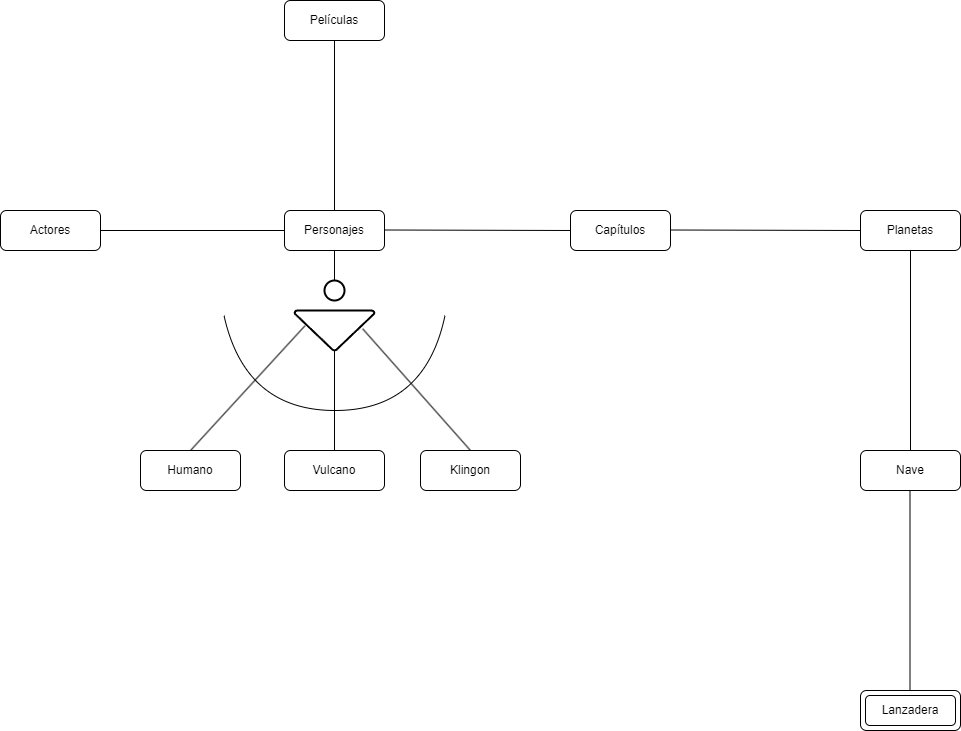
This is Unidad-1/Tareas/Tareas-evaluables/Tarea-evaluable-3/tarea-evaluable3.drawio.png from LuisMGlez/base-datos, a draw.io export, as it was before one commit. Source tidied: cells renumbered, new cells last; positions are measured from the earlier drawing's top-left corner, leaving out a move shared by most shapes.
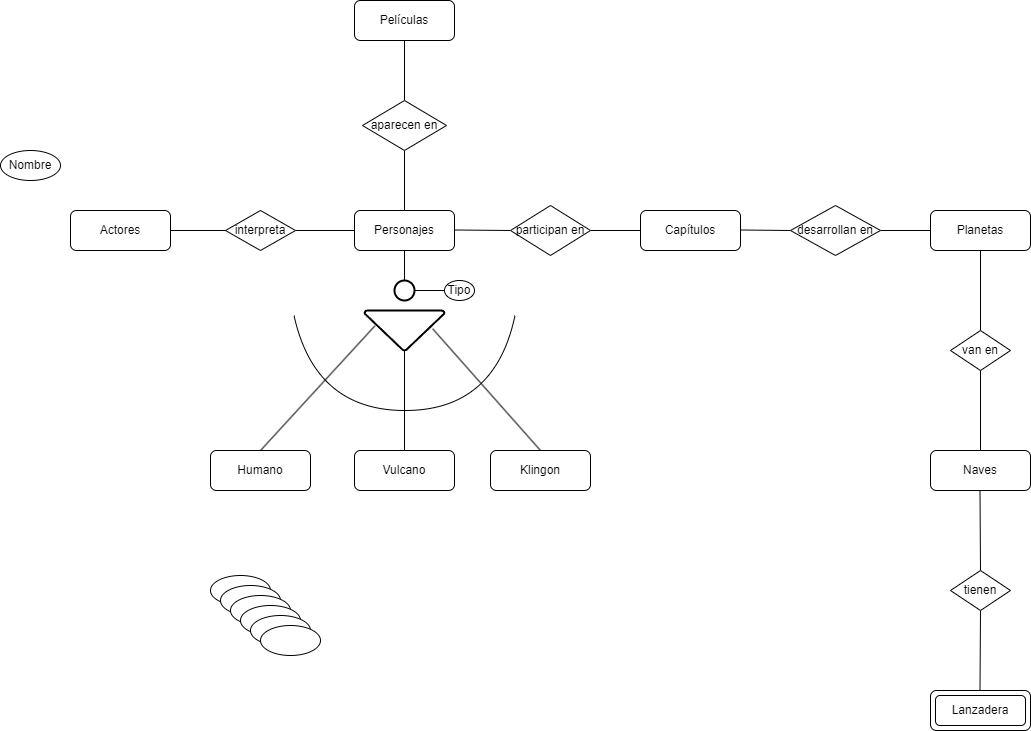
After the commit.

The edit, as a diff of the source:
```diff
@@ -5,7 +5,7 @@
     <mxCell id="2" value="Lanzadera" style="rounded=1;whiteSpace=wrap;html=1;" parent="1" vertex="1">
       <mxGeometry x="860" y="690" width="100" height="40" as="geometry" />
     </mxCell>
-    <mxCell id="3" value="Nave" style="rounded=1;whiteSpace=wrap;html=1;" parent="1" vertex="1">
+    <mxCell id="3" value="Naves" style="rounded=1;whiteSpace=wrap;html=1;" parent="1" vertex="1">
       <mxGeometry x="860" y="450" width="100" height="40" as="geometry" />
     </mxCell>
     <mxCell id="4" style="edgeStyle=orthogonalEdgeStyle;rounded=0;jettySize=auto;html=1;exitX=0.5;exitY=1;exitDx=0;exitDy=0;entryX=0.5;entryY=0;entryDx=0;entryDy=0;endArrow=none;endFill=0;" parent="1" edge="1" source="5" target="3">
@@ -14,7 +14,7 @@
     <mxCell id="5" value="Planetas" style="rounded=1;whiteSpace=wrap;html=1;" parent="1" vertex="1">
       <mxGeometry x="860" y="210" width="100" height="40" as="geometry" />
     </mxCell>
-    <mxCell id="6" style="edgeStyle=orthogonalEdgeStyle;rounded=0;jettySize=auto;html=1;exitX=0.5;exitY=1;exitDx=0;exitDy=0;entryX=0.5;entryY=0;entryDx=0;entryDy=0;endArrow=none;endFill=0;" parent="1" edge="1" source="7" target="9">
+    <mxCell id="6" style="edgeStyle=orthogonalEdgeStyle;rounded=0;jettySize=auto;html=1;exitX=0.5;exitY=1;exitDx=0;exitDy=0;entryX=0.5;entryY=0;entryDx=0;entryDy=0;endArrow=none;endFill=0;" parent="1" edge="1" source="41" target="9">
       <mxGeometry relative="1" as="geometry" />
     </mxCell>
     <mxCell id="7" value="Películas" style="rounded=1;whiteSpace=wrap;html=1;" parent="1" vertex="1">
@@ -26,7 +26,7 @@
     <mxCell id="9" value="Personajes" style="rounded=1;whiteSpace=wrap;html=1;" parent="1" vertex="1">
       <mxGeometry x="284" y="210" width="100" height="40" as="geometry" />
     </mxCell>
-    <mxCell id="10" style="edgeStyle=orthogonalEdgeStyle;rounded=0;jettySize=auto;html=1;exitX=1;exitY=0.5;exitDx=0;exitDy=0;entryX=0;entryY=0.5;entryDx=0;entryDy=0;endArrow=none;endFill=0;" parent="1" edge="1" source="11" target="9">
+    <mxCell id="10" style="edgeStyle=orthogonalEdgeStyle;rounded=0;jettySize=auto;html=1;exitX=1;exitY=0.5;exitDx=0;exitDy=0;entryX=0;entryY=0.5;entryDx=0;entryDy=0;endArrow=none;endFill=0;" parent="1" edge="1" source="43" target="9">
       <mxGeometry relative="1" as="geometry" />
     </mxCell>
     <mxCell id="11" value="Actores" style="rounded=1;whiteSpace=wrap;html=1;" parent="1" vertex="1">
@@ -41,6 +41,9 @@
     <mxCell id="14" style="strokeWidth=2;html=1;shape=mxgraph.flowchart.merge_or_storage;whiteSpace=wrap;" parent="1" vertex="1">
       <mxGeometry x="294" y="310" width="80" height="40" as="geometry" />
     </mxCell>
+    <mxCell id="26" style="edgeStyle=orthogonalEdgeStyle;rounded=0;jettySize=auto;html=1;exitX=1;exitY=0.5;exitDx=0;exitDy=0;exitPerimeter=0;entryX=0;entryY=0.5;entryDx=0;entryDy=0;endArrow=none;endFill=0;" parent="1" edge="1" source="15" target="34">
+      <mxGeometry relative="1" as="geometry" />
+    </mxCell>
     <mxCell id="15" style="strokeWidth=2;html=1;shape=mxgraph.flowchart.start_2;whiteSpace=wrap;" parent="1" vertex="1">
       <mxGeometry x="324" y="280" width="20" height="20" as="geometry" />
     </mxCell>
@@ -72,21 +75,79 @@
     <mxCell id="22" style="edgeStyle=orthogonalEdgeStyle;rounded=0;jettySize=auto;html=1;exitX=0.5;exitY=1;exitDx=0;exitDy=0;entryX=0.5;entryY=0;entryDx=0;entryDy=0;entryPerimeter=0;endArrow=none;endFill=0;" parent="1" edge="1" source="9" target="15">
       <mxGeometry relative="1" as="geometry" />
     </mxCell>
-    <mxCell id="23" style="edgeStyle=orthogonalEdgeStyle;rounded=0;jettySize=auto;html=1;exitX=1;exitY=0.5;exitDx=0;exitDy=0;entryX=0;entryY=0.5;entryDx=0;entryDy=0;endArrow=none;endFill=0;" parent="1" edge="1" target="5">
-      <mxGeometry relative="1" as="geometry">
-        <mxPoint x="670" y="229.5" as="sourcePoint" />
-      </mxGeometry>
+    <mxCell id="23" style="edgeStyle=orthogonalEdgeStyle;rounded=0;jettySize=auto;html=1;exitX=1;exitY=0.5;exitDx=0;exitDy=0;entryX=0;entryY=0.5;entryDx=0;entryDy=0;endArrow=none;endFill=0;" parent="1" edge="1" source="37" target="5">
+      <mxGeometry relative="1" as="geometry" />
     </mxCell>
-    <mxCell id="24" style="edgeStyle=orthogonalEdgeStyle;rounded=0;jettySize=auto;html=1;exitX=1;exitY=0.5;exitDx=0;exitDy=0;endArrow=none;endFill=0;entryX=0;entryY=0.5;entryDx=0;entryDy=0;" parent="1" edge="1" target="8">
-      <mxGeometry relative="1" as="geometry">
-        <mxPoint x="384" y="229.5" as="sourcePoint" />
-      </mxGeometry>
+    <mxCell id="24" style="edgeStyle=orthogonalEdgeStyle;rounded=0;jettySize=auto;html=1;exitX=1;exitY=0.5;exitDx=0;exitDy=0;endArrow=none;endFill=0;entryX=0;entryY=0.5;entryDx=0;entryDy=0;" parent="1" edge="1" source="45" target="8">
+      <mxGeometry relative="1" as="geometry" />
     </mxCell>
-    <mxCell id="25" style="edgeStyle=orthogonalEdgeStyle;rounded=0;orthogonalLoop=1;jettySize=auto;html=1;exitX=0.5;exitY=1;exitDx=0;exitDy=0;entryX=0.5;entryY=0;entryDx=0;entryDy=0;endArrow=none;endFill=0;" parent="1" edge="1">
+    <mxCell id="25" style="edgeStyle=orthogonalEdgeStyle;rounded=0;jettySize=auto;html=1;exitX=0.5;exitY=1;exitDx=0;exitDy=0;entryX=0.5;entryY=0;entryDx=0;entryDy=0;endArrow=none;endFill=0;" parent="1" edge="1" source="39">
       <mxGeometry relative="1" as="geometry">
-        <mxPoint x="909.5" y="490" as="sourcePoint" />
         <mxPoint x="909.5" y="690" as="targetPoint" />
       </mxGeometry>
     </mxCell>
+    <mxCell id="27" style="ellipse;whiteSpace=wrap;html=1;" parent="1" vertex="1">
+      <mxGeometry x="140" y="575" width="60" height="30" as="geometry" />
+    </mxCell>
+    <mxCell id="28" style="ellipse;whiteSpace=wrap;html=1;" parent="1" vertex="1">
+      <mxGeometry x="150" y="585" width="60" height="30" as="geometry" />
+    </mxCell>
+    <mxCell id="29" style="ellipse;whiteSpace=wrap;html=1;" parent="1" vertex="1">
+      <mxGeometry x="160" y="595" width="60" height="30" as="geometry" />
+    </mxCell>
+    <mxCell id="30" style="ellipse;whiteSpace=wrap;html=1;" parent="1" vertex="1">
+      <mxGeometry x="170" y="605" width="60" height="30" as="geometry" />
+    </mxCell>
+    <mxCell id="31" style="ellipse;whiteSpace=wrap;html=1;" parent="1" vertex="1">
+      <mxGeometry x="180" y="615" width="60" height="30" as="geometry" />
+    </mxCell>
+    <mxCell id="32" style="ellipse;whiteSpace=wrap;html=1;" parent="1" vertex="1">
+      <mxGeometry x="190" y="625" width="60" height="30" as="geometry" />
+    </mxCell>
+    <mxCell id="33" value="Nombre" style="ellipse;whiteSpace=wrap;html=1;" parent="1" vertex="1">
+      <mxGeometry x="-70" y="150" width="60" height="30" as="geometry" />
+    </mxCell>
+    <mxCell id="34" value="Tipo" style="ellipse;whiteSpace=wrap;html=1;" parent="1" vertex="1">
+      <mxGeometry x="374" y="280" width="30" height="20" as="geometry" />
+    </mxCell>
+    <mxCell id="35" value="van en" style="rhombus;whiteSpace=wrap;html=1;" parent="1" vertex="1">
+      <mxGeometry x="880" y="330" width="60" height="40" as="geometry" />
+    </mxCell>
+    <mxCell id="36" style="edgeStyle=orthogonalEdgeStyle;rounded=0;jettySize=auto;html=1;exitX=1;exitY=0.5;exitDx=0;exitDy=0;entryX=0;entryY=0.5;entryDx=0;entryDy=0;endArrow=none;endFill=0;" parent="1" edge="1" target="37">
+      <mxGeometry relative="1" as="geometry">
+        <mxPoint x="670" y="229.5" as="sourcePoint" />
+      </mxGeometry>
+    </mxCell>
+    <mxCell id="37" value="desarrollan en" style="rhombus;whiteSpace=wrap;html=1;" parent="1" vertex="1">
+      <mxGeometry x="720" y="205" width="90" height="50" as="geometry" />
+    </mxCell>
+    <mxCell id="38" style="edgeStyle=orthogonalEdgeStyle;rounded=0;jettySize=auto;html=1;exitX=0.5;exitY=1;exitDx=0;exitDy=0;entryX=0.5;entryY=0;entryDx=0;entryDy=0;endArrow=none;endFill=0;" parent="1" edge="1" target="39">
+      <mxGeometry relative="1" as="geometry">
+        <mxPoint x="909.5" y="490" as="sourcePoint" />
+      </mxGeometry>
+    </mxCell>
+    <mxCell id="39" value="tienen" style="rhombus;whiteSpace=wrap;html=1;" parent="1" vertex="1">
+      <mxGeometry x="880" y="570" width="60" height="40" as="geometry" />
+    </mxCell>
+    <mxCell id="40" style="edgeStyle=orthogonalEdgeStyle;rounded=0;jettySize=auto;html=1;exitX=0.5;exitY=1;exitDx=0;exitDy=0;entryX=0.5;entryY=0;entryDx=0;entryDy=0;endArrow=none;endFill=0;" parent="1" edge="1" source="7" target="41">
+      <mxGeometry relative="1" as="geometry" />
+    </mxCell>
+    <mxCell id="41" value="aparecen en" style="rhombus;whiteSpace=wrap;html=1;" parent="1" vertex="1">
+      <mxGeometry x="292" y="100" width="84" height="50" as="geometry" />
+    </mxCell>
+    <mxCell id="42" style="edgeStyle=orthogonalEdgeStyle;rounded=0;jettySize=auto;html=1;exitX=1;exitY=0.5;exitDx=0;exitDy=0;entryX=0;entryY=0.5;entryDx=0;entryDy=0;endArrow=none;endFill=0;" parent="1" edge="1" source="11" target="43">
+      <mxGeometry relative="1" as="geometry" />
+    </mxCell>
+    <mxCell id="43" value="interpreta" style="rhombus;whiteSpace=wrap;html=1;" parent="1" vertex="1">
+      <mxGeometry x="155" y="210" width="70" height="40" as="geometry" />
+    </mxCell>
+    <mxCell id="44" style="edgeStyle=orthogonalEdgeStyle;rounded=0;jettySize=auto;html=1;exitX=1;exitY=0.5;exitDx=0;exitDy=0;endArrow=none;endFill=0;entryX=0;entryY=0.5;entryDx=0;entryDy=0;" parent="1" edge="1" target="45">
+      <mxGeometry relative="1" as="geometry">
+        <mxPoint x="384" y="229.5" as="sourcePoint" />
+      </mxGeometry>
+    </mxCell>
+    <mxCell id="45" value="participan en" style="rhombus;whiteSpace=wrap;html=1;" parent="1" vertex="1">
+      <mxGeometry x="440" y="205" width="80" height="50" as="geometry" />
+    </mxCell>
   </root>
 </mxGraphModel>
```
